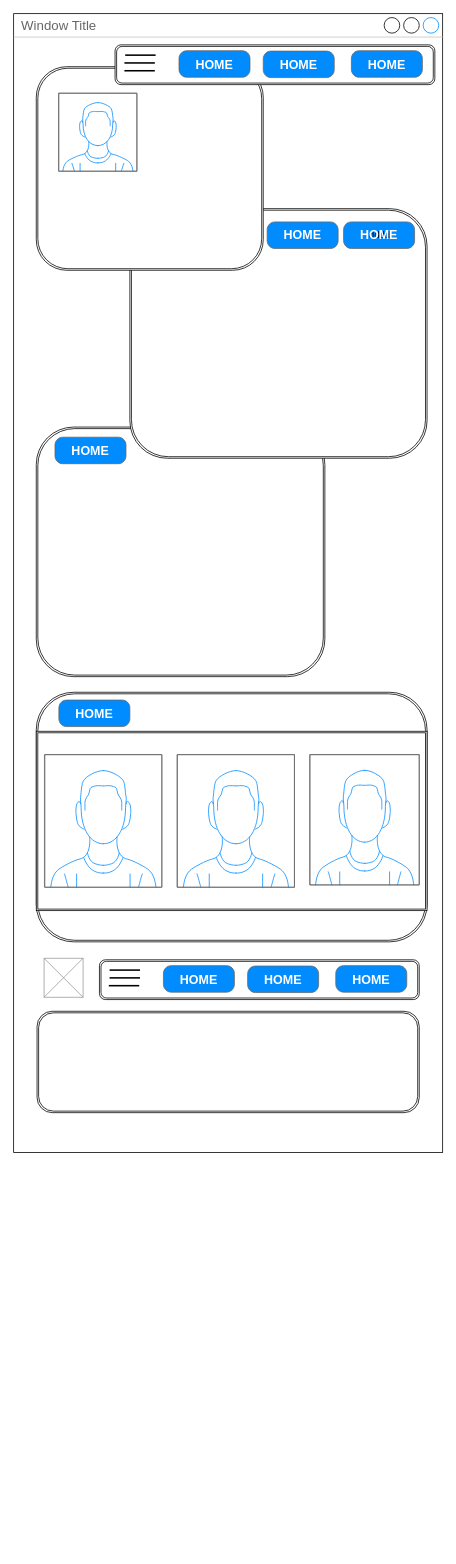
Before: diagrams/wireframe.drawio in JayMy45/echelonical_nextjs, a draw.io diagram. Source tidied: cells renumbered, new cells numbered last; positions are measured from the earlier drawing's top-left corner, leaving out a move shared by most shapes. Both pictures are drawn from the tidied source at 78%, with x=0, y=0 at pixel (13, 13).
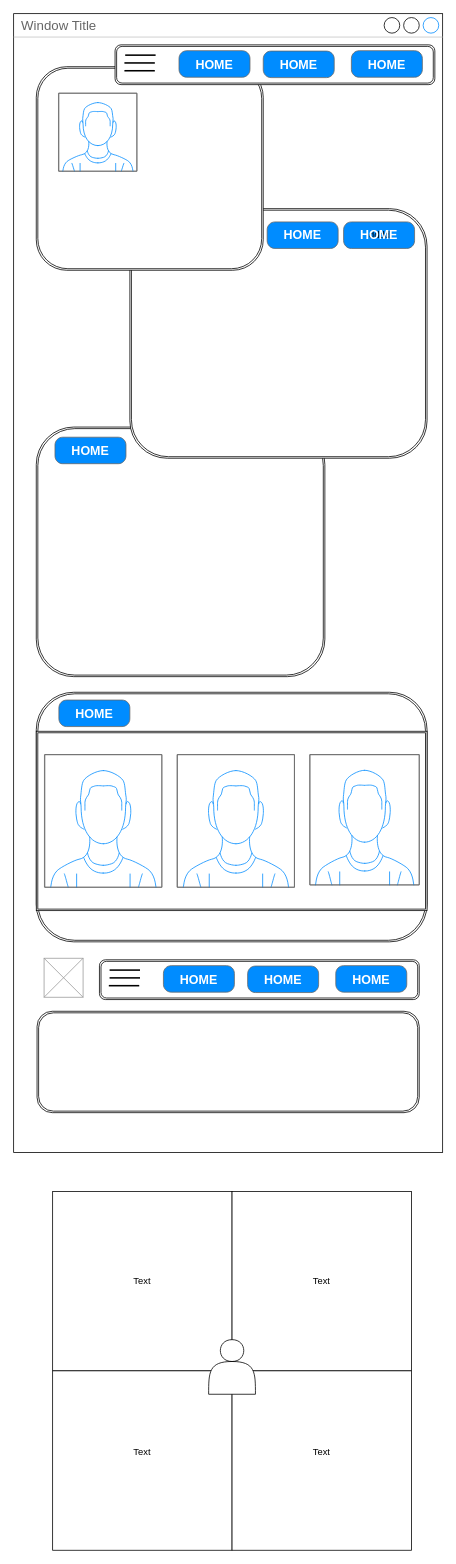
The same page after the edit.

Diff of the diagram source:
```diff
@@
+    <mxCell id="43" style="whiteSpace=wrap;html=1;" parent="1" vertex="1">
+      <mxGeometry x="50" y="1510" width="230" height="230" as="geometry" />
+    </mxCell>
+    <mxCell id="44" style="whiteSpace=wrap;html=1;" parent="1" vertex="1">
+      <mxGeometry x="280" y="1510" width="230" height="230" as="geometry" />
+    </mxCell>
+    <mxCell id="45" style="whiteSpace=wrap;html=1;" parent="1" vertex="1">
+      <mxGeometry x="50" y="1740" width="230" height="230" as="geometry" />
+    </mxCell>
+    <mxCell id="46" style="whiteSpace=wrap;html=1;" parent="1" vertex="1">
+      <mxGeometry x="280" y="1740" width="230" height="230" as="geometry" />
+    </mxCell>
+    <mxCell id="47" style="shape=actor;whiteSpace=wrap;html=1;" parent="1" vertex="1">
+      <mxGeometry x="250" y="1700" width="60" height="70" as="geometry" />
+    </mxCell>
+    <mxCell id="48" value="Text" style="text;html=1;strokeColor=none;fillColor=none;align=center;verticalAlign=middle;whiteSpace=wrap;rounded=0;" parent="1" vertex="1">
+      <mxGeometry x="365" y="1610" width="60" height="30" as="geometry" />
+    </mxCell>
+    <mxCell id="49" value="Text" style="text;html=1;strokeColor=none;fillColor=none;align=center;verticalAlign=middle;whiteSpace=wrap;rounded=0;" parent="1" vertex="1">
+      <mxGeometry x="135" y="1610" width="60" height="30" as="geometry" />
+    </mxCell>
+    <mxCell id="50" value="Text" style="text;html=1;strokeColor=none;fillColor=none;align=center;verticalAlign=middle;whiteSpace=wrap;rounded=0;" parent="1" vertex="1">
+      <mxGeometry x="135" y="1830" width="60" height="30" as="geometry" />
+    </mxCell>
+    <mxCell id="51" value="Text" style="text;html=1;strokeColor=none;fillColor=none;align=center;verticalAlign=middle;whiteSpace=wrap;rounded=0;" parent="1" vertex="1">
+      <mxGeometry x="365" y="1830" width="60" height="30" as="geometry" />
+    </mxCell>
```
